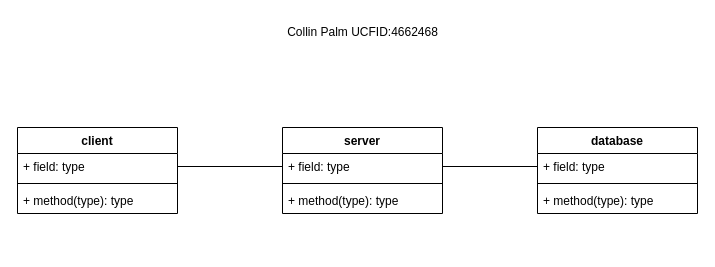
The draw.io diagram H1-UML- deploy1.drawio in Collinpalm/drawings, before the edit. Source tidied: cells renumbered, new cells numbered last; positions are measured from the earlier drawing's top-left corner, leaving out a move shared by most shapes. Both pictures are drawn from the tidied source at 100%, with x=0, y=0 at pixel (17, 17).
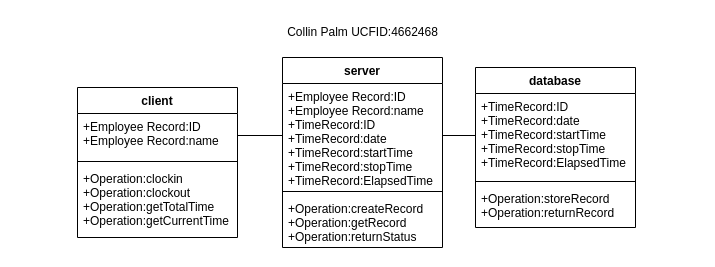
The same page after the edit.

The edit, as a diff of the source:
```diff
@@
 <mxGraphModel>
   <root>
     <mxCell id="0" />
     <mxCell id="1" parent="0" />
     <mxCell id="2" value="Collin Palm UCFID:4662468" style="text;html=1;strokeColor=none;fillColor=none;align=center;verticalAlign=middle;whiteSpace=wrap;rounded=0;" parent="1" vertex="1">
       <mxGeometry x="233" width="225" height="30" as="geometry" />
     </mxCell>
     <mxCell id="3" value="server" style="swimlane;fontStyle=1;align=center;verticalAlign=top;horizontal=1;startSize=26;" parent="1" vertex="1">
-      <mxGeometry x="265" y="110" width="160" height="86" as="geometry" />
+      <mxGeometry x="265" y="40" width="160" height="190" as="geometry" />
     </mxCell>
-    <mxCell id="4" value="+ field: type" style="text;strokeColor=none;fillColor=none;align=left;verticalAlign=top;spacingLeft=4;spacingRight=4;overflow=hidden;points=[[0,0.5],[1,0.5]];portConstraint=eastwest;" parent="3" vertex="1">
-      <mxGeometry y="26" width="160" height="26" as="geometry" />
+    <mxCell id="4" value="+Employee Record:ID&#10;+Employee Record:name&#10;+TimeRecord:ID&#10;+TimeRecord:date&#10;+TimeRecord:startTime&#10;+TimeRecord:stopTime&#10;+TimeRecord:ElapsedTime&#10;&#10;" style="text;strokeColor=none;fillColor=none;align=left;verticalAlign=top;spacingLeft=4;spacingRight=4;overflow=hidden;points=[[0,0.5],[1,0.5]];portConstraint=eastwest;" parent="3" vertex="1">
+      <mxGeometry y="26" width="160" height="104" as="geometry" />
     </mxCell>
     <mxCell id="5" style="line;strokeWidth=1;fillColor=none;align=left;verticalAlign=middle;spacingTop=-1;spacingLeft=3;spacingRight=3;labelPosition=right;strokeColor=inherit;" parent="3" vertex="1">
-      <mxGeometry y="52" width="160" height="8" as="geometry" />
+      <mxGeometry y="130" width="160" height="8" as="geometry" />
     </mxCell>
-    <mxCell id="6" value="+ method(type): type" style="text;strokeColor=none;fillColor=none;align=left;verticalAlign=top;spacingLeft=4;spacingRight=4;overflow=hidden;" parent="3" vertex="1">
-      <mxGeometry y="60" width="160" height="26" as="geometry" />
+    <mxCell id="6" value="+Operation:createRecord&#10;+Operation:getRecord&#10;+Operation:returnStatus" style="text;strokeColor=none;fillColor=none;align=left;verticalAlign=top;spacingLeft=4;spacingRight=4;overflow=hidden;" parent="3" vertex="1">
+      <mxGeometry y="138" width="160" height="52" as="geometry" />
     </mxCell>
     <mxCell id="7" value="client" style="swimlane;fontStyle=1;align=center;verticalAlign=top;horizontal=1;startSize=26;" parent="1" vertex="1">
-      <mxGeometry y="110" width="160" height="86" as="geometry" />
+      <mxGeometry x="60" y="70" width="160" height="150" as="geometry" />
     </mxCell>
-    <mxCell id="8" value="+ field: type" style="text;strokeColor=none;fillColor=none;align=left;verticalAlign=top;spacingLeft=4;spacingRight=4;overflow=hidden;points=[[0,0.5],[1,0.5]];portConstraint=eastwest;" parent="7" vertex="1">
-      <mxGeometry y="26" width="160" height="26" as="geometry" />
+    <mxCell id="8" value="+Employee Record:ID&#10;+Employee Record:name&#10;" style="text;strokeColor=none;fillColor=none;align=left;verticalAlign=top;spacingLeft=4;spacingRight=4;overflow=hidden;points=[[0,0.5],[1,0.5]];portConstraint=eastwest;" parent="7" vertex="1">
+      <mxGeometry y="26" width="160" height="44" as="geometry" />
     </mxCell>
     <mxCell id="9" style="line;strokeWidth=1;fillColor=none;align=left;verticalAlign=middle;spacingTop=-1;spacingLeft=3;spacingRight=3;labelPosition=right;strokeColor=inherit;" parent="7" vertex="1">
-      <mxGeometry y="52" width="160" height="8" as="geometry" />
+      <mxGeometry y="70" width="160" height="8" as="geometry" />
     </mxCell>
-    <mxCell id="10" value="+ method(type): type" style="text;strokeColor=none;fillColor=none;align=left;verticalAlign=top;spacingLeft=4;spacingRight=4;overflow=hidden;" parent="7" vertex="1">
-      <mxGeometry y="60" width="160" height="26" as="geometry" />
+    <mxCell id="10" value="+Operation:clockin&#10;+Operation:clockout&#10;+Operation:getTotalTime&#10;+Operation:getCurrentTime&#10;" style="text;strokeColor=none;fillColor=none;align=left;verticalAlign=top;spacingLeft=4;spacingRight=4;overflow=hidden;" parent="7" vertex="1">
+      <mxGeometry y="78" width="160" height="72" as="geometry" />
     </mxCell>
     <mxCell id="11" value="database" style="swimlane;fontStyle=1;align=center;verticalAlign=top;horizontal=1;startSize=26;" parent="1" vertex="1">
-      <mxGeometry x="520" y="110" width="160" height="86" as="geometry" />
+      <mxGeometry x="458" y="50" width="160" height="160" as="geometry" />
     </mxCell>
-    <mxCell id="12" value="+ field: type" style="text;strokeColor=none;fillColor=none;align=left;verticalAlign=top;spacingLeft=4;spacingRight=4;overflow=hidden;points=[[0,0.5],[1,0.5]];portConstraint=eastwest;" parent="11" vertex="1">
-      <mxGeometry y="26" width="160" height="26" as="geometry" />
+    <mxCell id="12" value="+TimeRecord:ID&#10;+TimeRecord:date&#10;+TimeRecord:startTime&#10;+TimeRecord:stopTime&#10;+TimeRecord:ElapsedTime" style="text;strokeColor=none;fillColor=none;align=left;verticalAlign=top;spacingLeft=4;spacingRight=4;overflow=hidden;points=[[0,0.5],[1,0.5]];portConstraint=eastwest;" parent="11" vertex="1">
+      <mxGeometry y="26" width="160" height="84" as="geometry" />
     </mxCell>
     <mxCell id="13" style="line;strokeWidth=1;fillColor=none;align=left;verticalAlign=middle;spacingTop=-1;spacingLeft=3;spacingRight=3;labelPosition=right;strokeColor=inherit;" parent="11" vertex="1">
-      <mxGeometry y="52" width="160" height="8" as="geometry" />
+      <mxGeometry y="110" width="160" height="8" as="geometry" />
     </mxCell>
-    <mxCell id="14" value="+ method(type): type" style="text;strokeColor=none;fillColor=none;align=left;verticalAlign=top;spacingLeft=4;spacingRight=4;overflow=hidden;" parent="11" vertex="1">
-      <mxGeometry y="60" width="160" height="26" as="geometry" />
+    <mxCell id="14" value="+Operation:storeRecord&#10;+Operation:returnRecord" style="text;strokeColor=none;fillColor=none;align=left;verticalAlign=top;spacingLeft=4;spacingRight=4;overflow=hidden;" parent="11" vertex="1">
+      <mxGeometry y="118" width="160" height="42" as="geometry" />
     </mxCell>
     <mxCell id="15" style="endArrow=none;html=1;rounded=0;entryX=0;entryY=0.5;entryDx=0;entryDy=0;exitX=1;exitY=0.5;exitDx=0;exitDy=0;" parent="1" edge="1" source="8" target="4">
       <mxGeometry relative="1" as="geometry" />
     </mxCell>
     <mxCell id="16" style="endArrow=none;html=1;rounded=0;entryX=0;entryY=0.5;entryDx=0;entryDy=0;exitX=1;exitY=0.5;exitDx=0;exitDy=0;" parent="1" edge="1" source="4" target="12">
       <mxGeometry relative="1" as="geometry" />
     </mxCell>
   </root>
 </mxGraphModel>
```
